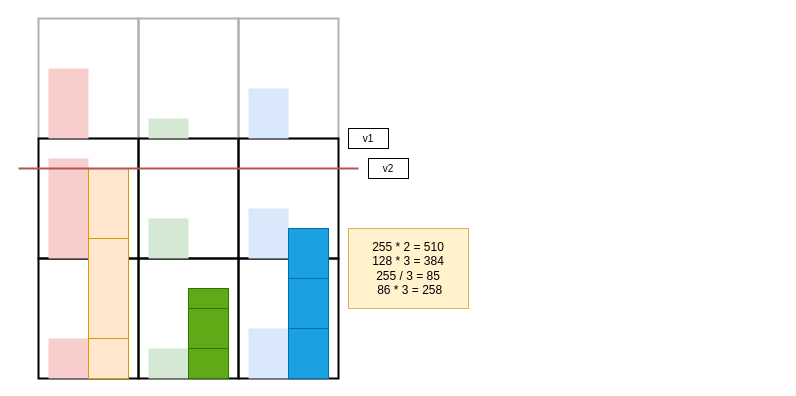
Above: page "Page-1" (1 of 2) of vision/ColorBlendAlgorithm.drawio in FarhanMS123/NeuralNetworkMemorandum (draw.io), before the change. Source tidied: cells renumbered, new cells numbered last; positions are measured from the earlier drawing's top-left corner, leaving out a move shared by most shapes. Both pictures are drawn from the tidied source at 100%, with x=0, y=0 at pixel (18, 18).
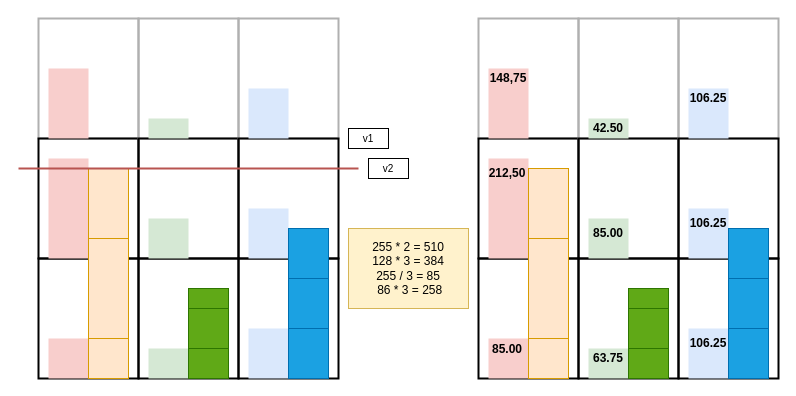
Above is the later version.

Diff of the diagram source:
```diff
@@
+    <mxCell id="33" style="rounded=0;whiteSpace=wrap;html=1;strokeWidth=2;fillColor=none;strokeColor=#B0B0B0;" parent="1" vertex="1">
+      <mxGeometry x="460" width="100" height="120" as="geometry" />
+    </mxCell>
+    <mxCell id="34" style="rounded=0;whiteSpace=wrap;html=1;strokeWidth=2;fillColor=none;" parent="1" vertex="1">
+      <mxGeometry x="460" y="120" width="100" height="120" as="geometry" />
+    </mxCell>
+    <mxCell id="35" style="rounded=0;whiteSpace=wrap;html=1;strokeWidth=2;fillColor=none;" parent="1" vertex="1">
+      <mxGeometry x="460" y="240" width="100" height="120" as="geometry" />
+    </mxCell>
+    <mxCell id="36" style="rounded=0;whiteSpace=wrap;html=1;strokeWidth=2;fillColor=none;strokeColor=#B0B0B0;" parent="1" vertex="1">
+      <mxGeometry x="560" width="100" height="120" as="geometry" />
+    </mxCell>
+    <mxCell id="37" style="rounded=0;whiteSpace=wrap;html=1;strokeWidth=2;fillColor=none;" parent="1" vertex="1">
+      <mxGeometry x="560" y="120" width="100" height="120" as="geometry" />
+    </mxCell>
+    <mxCell id="38" style="rounded=0;whiteSpace=wrap;html=1;strokeWidth=2;fillColor=none;" parent="1" vertex="1">
+      <mxGeometry x="560" y="240" width="100" height="120" as="geometry" />
+    </mxCell>
+    <mxCell id="39" style="rounded=0;whiteSpace=wrap;html=1;strokeWidth=2;fillColor=none;strokeColor=#B0B0B0;" parent="1" vertex="1">
+      <mxGeometry x="660" width="100" height="120" as="geometry" />
+    </mxCell>
+    <mxCell id="40" style="rounded=0;whiteSpace=wrap;html=1;strokeWidth=2;fillColor=none;" parent="1" vertex="1">
+      <mxGeometry x="660" y="120" width="100" height="120" as="geometry" />
+    </mxCell>
+    <mxCell id="41" style="rounded=0;whiteSpace=wrap;html=1;strokeWidth=2;fillColor=none;" parent="1" vertex="1">
+      <mxGeometry x="660" y="240" width="100" height="120" as="geometry" />
+    </mxCell>
+    <mxCell id="42" style="rounded=0;whiteSpace=wrap;html=1;fillColor=#f8cecc;strokeColor=none;" parent="1" vertex="1">
+      <mxGeometry x="470" y="320" width="40" height="40" as="geometry" />
+    </mxCell>
+    <mxCell id="43" style="rounded=0;whiteSpace=wrap;html=1;fillColor=#ffe6cc;strokeColor=#d79b00;" parent="1" vertex="1">
+      <mxGeometry x="510" y="320" width="40" height="40" as="geometry" />
+    </mxCell>
+    <mxCell id="44" style="rounded=0;whiteSpace=wrap;html=1;fillColor=#f8cecc;strokeColor=none;" parent="1" vertex="1">
+      <mxGeometry x="470" y="140" width="40" height="100" as="geometry" />
+    </mxCell>
+    <mxCell id="45" style="rounded=0;whiteSpace=wrap;html=1;fillColor=#f8cecc;strokeColor=none;" parent="1" vertex="1">
+      <mxGeometry x="470" y="50" width="40" height="70" as="geometry" />
+    </mxCell>
+    <mxCell id="46" style="rounded=0;whiteSpace=wrap;html=1;fillColor=#ffe6cc;strokeColor=#d79b00;" parent="1" vertex="1">
+      <mxGeometry x="510" y="220" width="40" height="100" as="geometry" />
+    </mxCell>
+    <mxCell id="47" style="rounded=0;whiteSpace=wrap;html=1;fillColor=#ffe6cc;strokeColor=#d79b00;" parent="1" vertex="1">
+      <mxGeometry x="510" y="150" width="40" height="70" as="geometry" />
+    </mxCell>
+    <mxCell id="48" style="rounded=0;whiteSpace=wrap;html=1;fillColor=#d5e8d4;strokeColor=none;" parent="1" vertex="1">
+      <mxGeometry x="570" y="330" width="40" height="30" as="geometry" />
+    </mxCell>
+    <mxCell id="49" style="rounded=0;whiteSpace=wrap;html=1;fillColor=#d5e8d4;strokeColor=none;" parent="1" vertex="1">
+      <mxGeometry x="570" y="200" width="40" height="40" as="geometry" />
+    </mxCell>
+    <mxCell id="50" style="rounded=0;whiteSpace=wrap;html=1;fillColor=#d5e8d4;strokeColor=none;" parent="1" vertex="1">
+      <mxGeometry x="570" y="100" width="40" height="20" as="geometry" />
+    </mxCell>
+    <mxCell id="51" style="rounded=0;whiteSpace=wrap;html=1;fillColor=#60a917;strokeColor=#2D7600;fontColor=#ffffff;" parent="1" vertex="1">
+      <mxGeometry x="610" y="330" width="40" height="30" as="geometry" />
+    </mxCell>
+    <mxCell id="52" style="rounded=0;whiteSpace=wrap;html=1;fillColor=#60a917;strokeColor=#2D7600;fontColor=#ffffff;" parent="1" vertex="1">
+      <mxGeometry x="610" y="290" width="40" height="40" as="geometry" />
+    </mxCell>
+    <mxCell id="53" style="rounded=0;whiteSpace=wrap;html=1;fillColor=#60a917;strokeColor=#2D7600;fontColor=#ffffff;" parent="1" vertex="1">
+      <mxGeometry x="610" y="270" width="40" height="20" as="geometry" />
+    </mxCell>
+    <mxCell id="54" style="rounded=0;whiteSpace=wrap;html=1;fillColor=#dae8fc;strokeColor=none;" parent="1" vertex="1">
+      <mxGeometry x="670" y="310" width="40" height="50" as="geometry" />
+    </mxCell>
+    <mxCell id="55" style="rounded=0;whiteSpace=wrap;html=1;fillColor=#dae8fc;strokeColor=none;" parent="1" vertex="1">
+      <mxGeometry x="670" y="190" width="40" height="50" as="geometry" />
+    </mxCell>
+    <mxCell id="56" style="rounded=0;whiteSpace=wrap;html=1;fillColor=#dae8fc;strokeColor=none;" parent="1" vertex="1">
+      <mxGeometry x="670" y="70" width="40" height="50" as="geometry" />
+    </mxCell>
+    <mxCell id="57" style="rounded=0;whiteSpace=wrap;html=1;fillColor=#1ba1e2;strokeColor=#006EAF;fontColor=#ffffff;" parent="1" vertex="1">
+      <mxGeometry x="710" y="310" width="40" height="50" as="geometry" />
+    </mxCell>
+    <mxCell id="58" style="rounded=0;whiteSpace=wrap;html=1;fillColor=#1ba1e2;strokeColor=#006EAF;fontColor=#ffffff;" parent="1" vertex="1">
+      <mxGeometry x="710" y="260" width="40" height="50" as="geometry" />
+    </mxCell>
+    <mxCell id="59" style="rounded=0;whiteSpace=wrap;html=1;fillColor=#1ba1e2;strokeColor=#006EAF;fontColor=#ffffff;" parent="1" vertex="1">
+      <mxGeometry x="710" y="210" width="40" height="50" as="geometry" />
+    </mxCell>
+    <mxCell id="60" value="85.00" style="text;html=1;align=center;verticalAlign=middle;whiteSpace=wrap;rounded=0;fontStyle=1;" parent="1" vertex="1">
+      <mxGeometry x="474" y="316" width="30" height="30" as="geometry" />
+    </mxCell>
+    <mxCell id="61" value="63.75" style="text;html=1;align=center;verticalAlign=middle;whiteSpace=wrap;rounded=0;fontStyle=1;" parent="1" vertex="1">
+      <mxGeometry x="575" y="325" width="30" height="30" as="geometry" />
+    </mxCell>
+    <mxCell id="62" value="106.25" style="text;html=1;align=center;verticalAlign=middle;whiteSpace=wrap;rounded=0;fontStyle=1;" parent="1" vertex="1">
+      <mxGeometry x="670" y="310" width="40" height="30" as="geometry" />
+    </mxCell>
+    <mxCell id="63" value="212,50" style="text;html=1;align=center;verticalAlign=middle;whiteSpace=wrap;rounded=0;fontStyle=1;" parent="1" vertex="1">
+      <mxGeometry x="474" y="140" width="30" height="30" as="geometry" />
+    </mxCell>
+    <mxCell id="64" value="148,75" style="text;html=1;align=center;verticalAlign=middle;whiteSpace=wrap;rounded=0;fontStyle=1;" parent="1" vertex="1">
+      <mxGeometry x="475" y="45" width="30" height="30" as="geometry" />
+    </mxCell>
+    <mxCell id="65" value="42.50" style="text;html=1;align=center;verticalAlign=middle;whiteSpace=wrap;rounded=0;fontStyle=1;" parent="1" vertex="1">
+      <mxGeometry x="575" y="95" width="30" height="30" as="geometry" />
+    </mxCell>
+    <mxCell id="66" value="106.25" style="text;html=1;align=center;verticalAlign=middle;whiteSpace=wrap;rounded=0;fontStyle=1;" parent="1" vertex="1">
+      <mxGeometry x="675" y="65" width="30" height="30" as="geometry" />
+    </mxCell>
+    <mxCell id="67" value="106.25" style="text;html=1;align=center;verticalAlign=middle;whiteSpace=wrap;rounded=0;fontStyle=1;" parent="1" vertex="1">
+      <mxGeometry x="675" y="190" width="30" height="30" as="geometry" />
+    </mxCell>
+    <mxCell id="68" value="85.00" style="text;html=1;align=center;verticalAlign=middle;whiteSpace=wrap;rounded=0;fontStyle=1;" parent="1" vertex="1">
+      <mxGeometry x="575" y="200" width="30" height="30" as="geometry" />
+    </mxCell>
```
